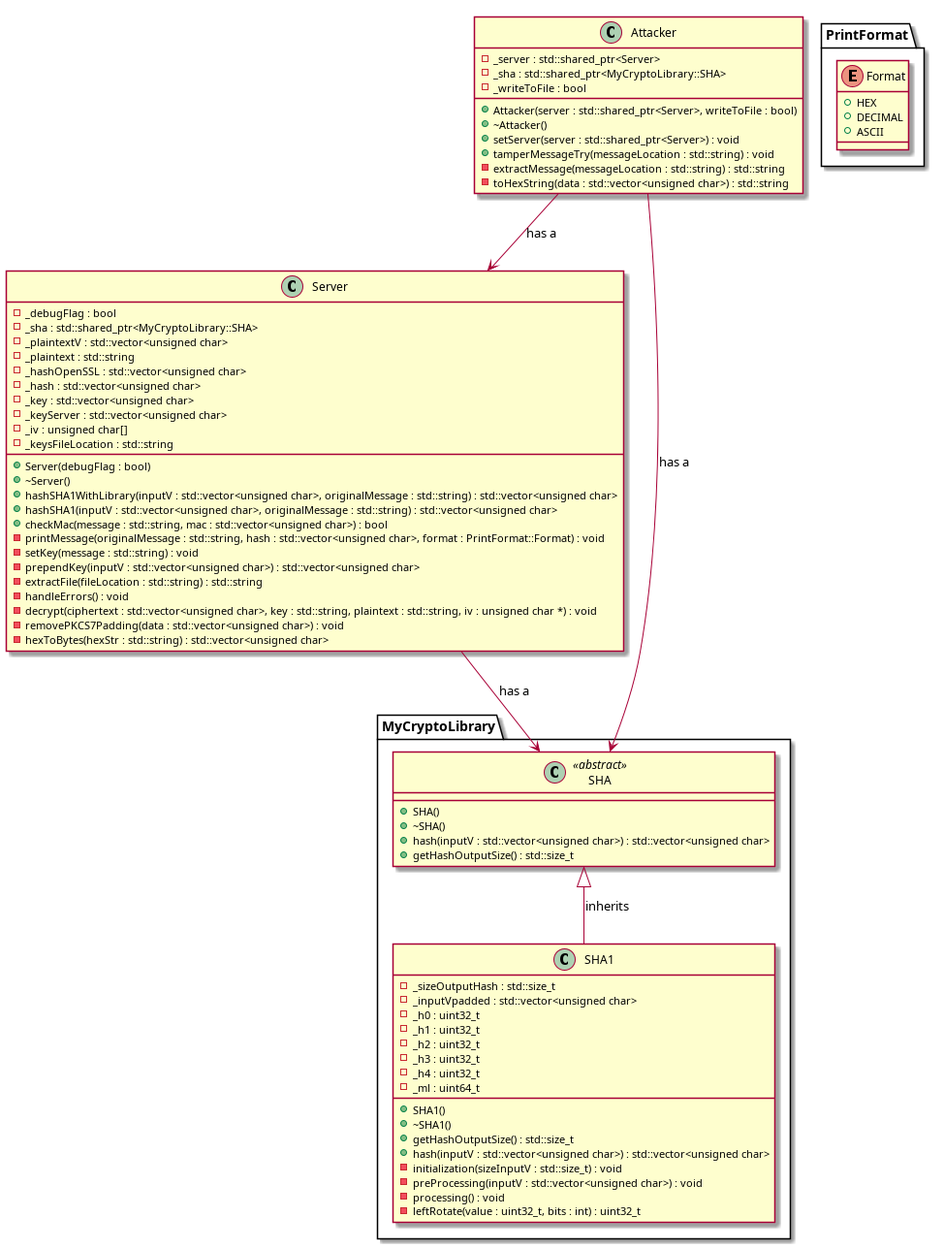
This is Cryptopals_resolutions/4-Set_4/cryptopals_set_4_problem_28/uml_diagrams/class_diagram.png from Photon-einstein/Cryptopals, a PlantUML export, as it was before one commit. Its source is kept beside it as Cryptopals_resolutions/4-Set_4/cryptopals_set_4_problem_28/uml_diagrams/class_diagram.puml.
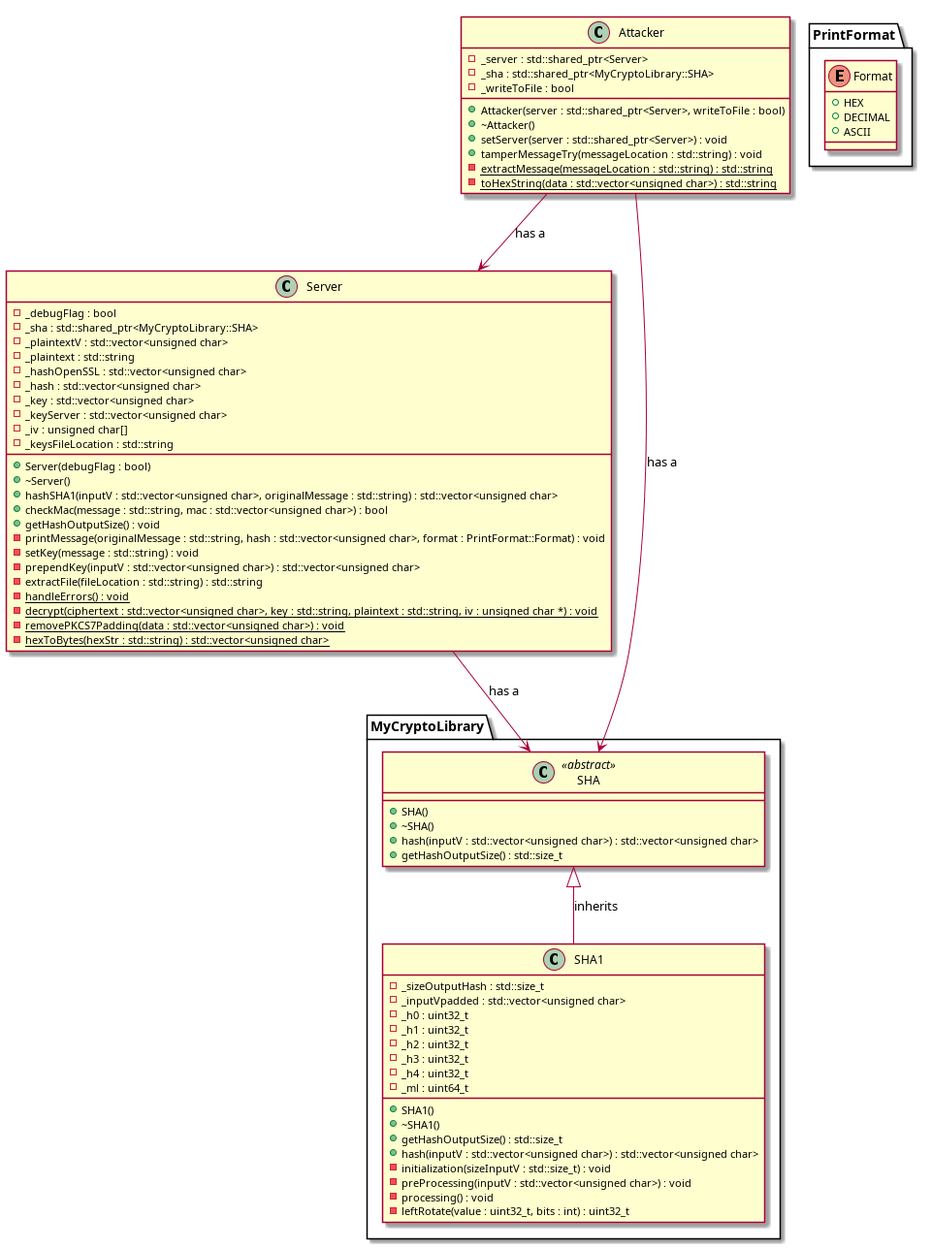
Later version of the same file.

Commit message:
Fix uml diagrams and minor issues in the code quality check

Diff of the diagram source:
```diff
@@ -22,17 +22,17 @@
 
     + Server(debugFlag : bool)
     + ~Server()
-    + hashSHA1WithLibrary(inputV : std::vector<unsigned char>, originalMessage : std::string) : std::vector<unsigned char>
     + hashSHA1(inputV : std::vector<unsigned char>, originalMessage : std::string) : std::vector<unsigned char>
     + checkMac(message : std::string, mac : std::vector<unsigned char>) : bool
+    + getHashOutputSize() : void
     - printMessage(originalMessage : std::string, hash : std::vector<unsigned char>, format : PrintFormat::Format) : void
     - setKey(message : std::string) : void
     - prependKey(inputV : std::vector<unsigned char>) : std::vector<unsigned char>
     - extractFile(fileLocation : std::string) : std::string
-    - handleErrors() : void
-    - decrypt(ciphertext : std::vector<unsigned char>, key : std::string, plaintext : std::string, iv : unsigned char *) : void
-    - removePKCS7Padding(data : std::vector<unsigned char>) : void
-    - hexToBytes(hexStr : std::string) : std::vector<unsigned char>
+    - handleErrors() : void {static}
+    - decrypt(ciphertext : std::vector<unsigned char>, key : std::string, plaintext : std::string, iv : unsigned char *) : void {static}
+    - removePKCS7Padding(data : std::vector<unsigned char>) : void {static}
+    - hexToBytes(hexStr : std::string) : std::vector<unsigned char> {static}
 }
 
 namespace MyCryptoLibrary {
@@ -75,8 +75,8 @@
     + ~Attacker()
     + setServer(server : std::shared_ptr<Server>) : void
     + tamperMessageTry(messageLocation : std::string) : void
-    - extractMessage(messageLocation : std::string) : std::string
-    - toHexString(data : std::vector<unsigned char>) : std::string
+    - extractMessage(messageLocation : std::string) : std::string {static}
+    - toHexString(data : std::vector<unsigned char>) : std::string {static}
 }
 
 Server --> MyCryptoLibrary.SHA : "has a"
```
